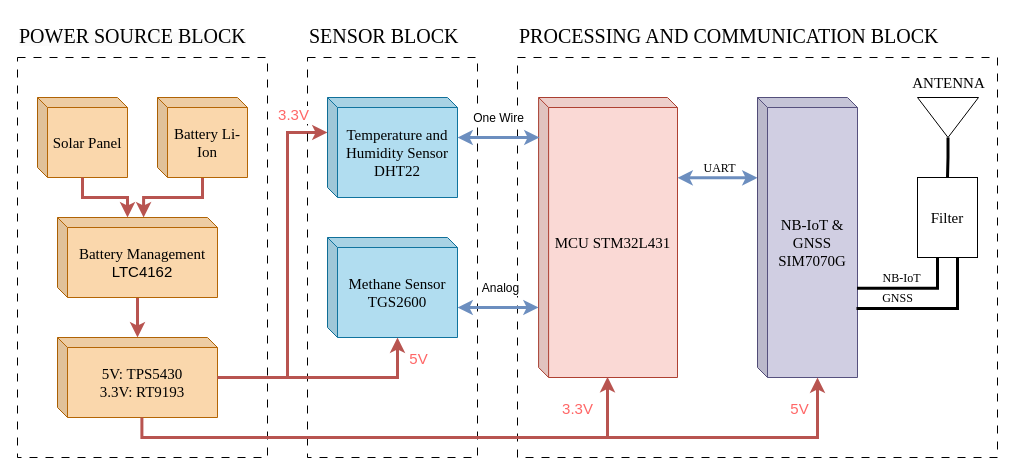
Above: Project_overall.drawio in K2ayzz/ForDrawIO (draw.io), before the change. Source tidied: cells renumbered, new cells numbered last; positions are measured from the earlier drawing's top-left corner, leaving out a move shared by most shapes. Both pictures are drawn from the tidied source at 100%, with x=0, y=0 at pixel (17, 17).
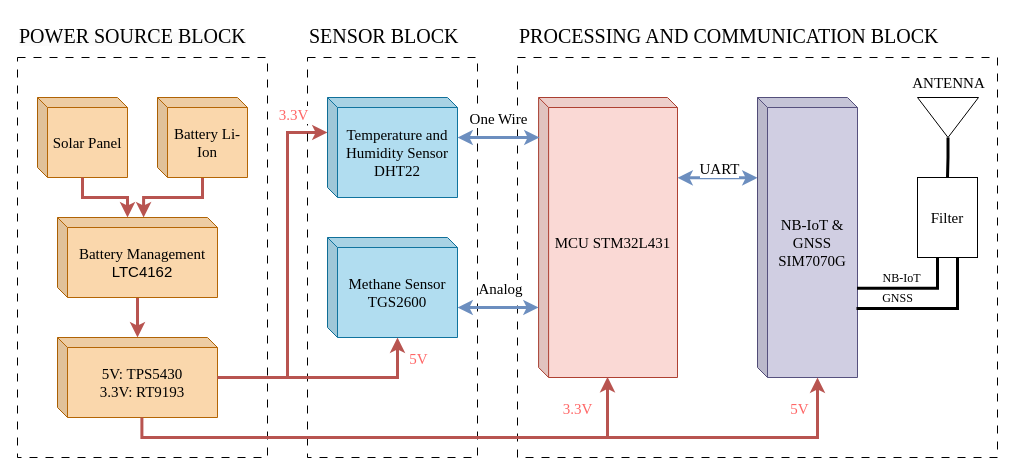
The same diagram, later.

Commit message (it also covers changes not shown here):
Cập nhật Project_overall.drawio

The change refers to these unchanged cells:
```xml
<mxCell id="19" style="edgeStyle=orthogonalEdgeStyle;rounded=0;jettySize=auto;html=1;fontFamily=Helvetica;fontSize=12;fontColor=default;startArrow=classic;startFill=1;strokeWidth=3;fillColor=#dae8fc;gradientColor=#7ea6e0;strokeColor=#6c8ebf;" parent="1" edge="1" source="21" target="17">
  <mxGeometry relative="1" as="geometry">
    <Array as="points">
      <mxPoint x="480" y="290" />
      <mxPoint x="480" y="290" />
    </Array>
  </mxGeometry>
</mxCell>
<mxCell id="22" style="edgeStyle=orthogonalEdgeStyle;rounded=0;jettySize=auto;html=1;fontFamily=Helvetica;fontSize=12;fontColor=default;startArrow=classic;startFill=1;fillColor=#dae8fc;gradientColor=#7ea6e0;strokeColor=#6c8ebf;strokeWidth=3;" parent="1" edge="1" source="18">
  <mxGeometry relative="1" as="geometry">
    <mxPoint x="522" y="120" as="targetPoint" />
    <Array as="points">
      <mxPoint x="522" y="120" />
    </Array>
  </mxGeometry>
</mxCell>
<mxCell id="24" style="edgeStyle=orthogonalEdgeStyle;rounded=0;jettySize=auto;html=1;fontFamily=Helvetica;fontSize=12;fontColor=default;startArrow=classic;startFill=1;strokeWidth=3;fillColor=#dae8fc;gradientColor=#7ea6e0;strokeColor=#6c8ebf;" parent="1" edge="1" source="17">
  <mxGeometry relative="1" as="geometry">
    <mxPoint x="740" y="160.3" as="targetPoint" />
    <Array as="points">
      <mxPoint x="740" y="160" />
    </Array>
  </mxGeometry>
</mxCell>
<mxCell id="26" style="edgeStyle=orthogonalEdgeStyle;rounded=0;jettySize=auto;html=1;fontFamily=Helvetica;fontSize=12;fontColor=default;strokeWidth=3;fillColor=#f8cecc;gradientColor=#ea6b66;strokeColor=#b85450;entryX=0.496;entryY=0.998;entryDx=0;entryDy=0;entryPerimeter=0;" parent="1" edge="1" target="17">
  <mxGeometry relative="1" as="geometry">
    <mxPoint x="124.4" y="400" as="sourcePoint" />
    <Array as="points">
      <mxPoint x="124" y="420" />
      <mxPoint x="590" y="420" />
    </Array>
  </mxGeometry>
</mxCell>
<mxCell id="31" style="edgeStyle=orthogonalEdgeStyle;rounded=0;orthogonalLoop=1;jettySize=auto;html=1;fontFamily=Helvetica;fontSize=12;fontColor=default;fillColor=#f8cecc;gradientColor=#ea6b66;strokeColor=#b85450;strokeWidth=3;" parent="1" edge="1">
  <mxGeometry relative="1" as="geometry">
    <mxPoint x="130" y="420" as="sourcePoint" />
    <mxPoint x="800" y="360" as="targetPoint" />
    <Array as="points">
      <mxPoint x="800" y="420" />
      <mxPoint x="800" y="360" />
    </Array>
  </mxGeometry>
</mxCell>
```

Change to the diagram source:
```diff
@@
-    <mxCell id="20" value="Analog" style="edgeLabel;html=1;align=center;verticalAlign=middle;rounded=0;strokeColor=default;fontFamily=Helvetica;fontSize=12;fontColor=default;fillColor=default;" parent="19" vertex="1">
+    <mxCell id="20" value="&lt;font face=&quot;Times New Roman&quot; style=&quot;font-size: 15px;&quot;&gt;Analog&lt;/font&gt;" style="edgeLabel;html=1;align=center;verticalAlign=middle;rounded=0;strokeColor=default;fontFamily=Helvetica;fontSize=15;fontColor=default;fillColor=default;" parent="19" vertex="1">
       <mxGeometry x="0.03" y="2" relative="1" as="geometry">
         <mxPoint y="-18" as="offset" />
       </mxGeometry>
     </mxCell>
@@
-    <mxCell id="23" value="One Wire" style="edgeLabel;html=1;align=center;verticalAlign=middle;rounded=0;strokeColor=default;fontFamily=Helvetica;fontSize=12;fontColor=default;fillColor=default;" parent="22" vertex="1">
+    <mxCell id="23" value="&lt;font style=&quot;font-size: 15px;&quot;&gt;One Wire&lt;/font&gt;" style="edgeLabel;html=1;align=center;verticalAlign=middle;rounded=0;strokeColor=default;fontFamily=Times New Roman;fontSize=15;fontColor=default;fillColor=default;" parent="22" vertex="1">
       <mxGeometry x="0.22" y="-2" relative="1" as="geometry">
         <mxPoint x="-10" y="-22" as="offset" />
       </mxGeometry>
     </mxCell>
@@
-    <mxCell id="25" value="&lt;font face=&quot;Times New Roman&quot;&gt;UART&lt;/font&gt;" style="edgeLabel;html=1;align=center;verticalAlign=middle;rounded=0;strokeColor=default;fontFamily=Helvetica;fontSize=12;fontColor=default;fillColor=default;" parent="24" vertex="1">
+    <mxCell id="25" value="&lt;font style=&quot;font-size: 15px;&quot; face=&quot;Times New Roman&quot;&gt;UART&lt;/font&gt;" style="edgeLabel;html=1;align=center;verticalAlign=middle;rounded=0;strokeColor=default;fontFamily=Helvetica;fontSize=12;fontColor=default;fillColor=default;" parent="24" vertex="1">
       <mxGeometry x="-0.16" y="-2" relative="1" as="geometry">
         <mxPoint x="7" y="-12" as="offset" />
       </mxGeometry>
     </mxCell>
@@
-    <mxCell id="27" value="3.3V" style="edgeLabel;html=1;align=center;verticalAlign=middle;rounded=0;strokeColor=default;fontFamily=Helvetica;fontSize=15;fontColor=#FF6666;fillColor=default;" parent="26" vertex="1">
+    <mxCell id="27" value="3.3V" style="edgeLabel;html=1;align=center;verticalAlign=middle;rounded=0;strokeColor=default;fontFamily=Times New Roman;fontSize=15;fontColor=#FF6666;fillColor=default;" parent="26" vertex="1">
       <mxGeometry x="0.88" y="-4" relative="1" as="geometry">
         <mxPoint x="-34" y="-2" as="offset" />
       </mxGeometry>
     </mxCell>
@@
-    <mxCell id="32" value="&lt;font style=&quot;font-size: 15px;&quot;&gt;5V&lt;/font&gt;" style="edgeLabel;html=1;align=center;verticalAlign=middle;rounded=0;strokeColor=default;fontFamily=Helvetica;fontSize=12;fontColor=#FF6666;fillColor=default;" parent="31" vertex="1">
+    <mxCell id="32" value="5V" style="edgeLabel;html=1;align=center;verticalAlign=middle;rounded=0;strokeColor=default;fontFamily=Times New Roman;fontSize=15;fontColor=#FF6666;fillColor=default;" parent="31" vertex="1">
       <mxGeometry x="0.5" relative="1" as="geometry">
         <mxPoint x="103" y="-30" as="offset" />
       </mxGeometry>
     </mxCell>
@@
-    <mxCell id="39" value="3.3V" style="edgeLabel;html=1;align=center;verticalAlign=middle;rounded=0;strokeColor=default;fontFamily=Helvetica;fontSize=15;fontColor=#FF6666;fillColor=default;" parent="1" vertex="1">
+    <mxCell id="39" value="&lt;font face=&quot;Times New Roman&quot;&gt;3.3V&lt;/font&gt;" style="edgeLabel;html=1;align=center;verticalAlign=middle;rounded=0;strokeColor=default;fontFamily=Helvetica;fontSize=15;fontColor=#FF6666;fillColor=default;" parent="1" vertex="1">
       <mxGeometry x="570" y="400" as="geometry">
         <mxPoint x="-295" y="-304" as="offset" />
       </mxGeometry>
     </mxCell>
-    <mxCell id="40" value="&lt;font style=&quot;font-size: 15px;&quot;&gt;5V&lt;/font&gt;" style="edgeLabel;html=1;align=center;verticalAlign=middle;rounded=0;strokeColor=default;fontFamily=Helvetica;fontSize=12;fontColor=#FF6666;fillColor=default;" parent="1" vertex="1">
+    <mxCell id="40" value="&lt;font style=&quot;font-size: 15px;&quot;&gt;5V&lt;/font&gt;" style="edgeLabel;html=1;align=center;verticalAlign=middle;rounded=0;strokeColor=default;fontFamily=Times New Roman;fontSize=15;fontColor=#FF6666;fillColor=default;" parent="1" vertex="1">
       <mxGeometry x="400" y="340" as="geometry" />
     </mxCell>
```
